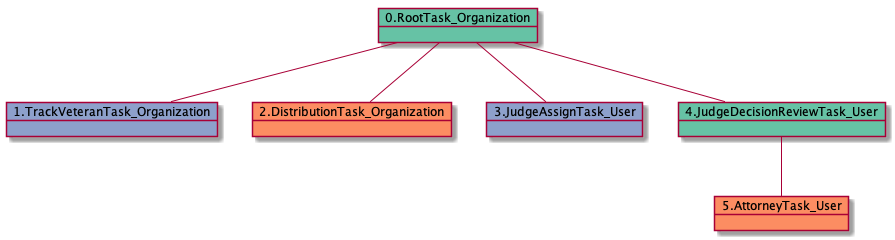
Before: docs-DR/uml/RTO.TVTO.DTO.JATU.JDRTU-40595.png, a diagram exported from PlantUML (yoomlam/graphing).
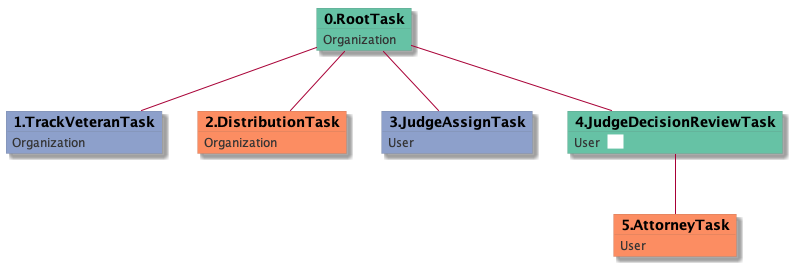
Above is the later version.

What changed in the source:
```diff
@@ -1,13 +1,33 @@
 @startuml
-object 0.RootTask_Organization #66c2a5
-object 1.TrackVeteranTask_Organization #8da0cb
-object 2.DistributionTask_Organization #fc8d62
-object 3.JudgeAssignTask_User #8da0cb
-object 4.JudgeDecisionReviewTask_User #66c2a5
-object 5.AttorneyTask_User #fc8d62
-0.RootTask_Organization -- 1.TrackVeteranTask_Organization
-0.RootTask_Organization -- 2.DistributionTask_Organization
-0.RootTask_Organization -- 3.JudgeAssignTask_User
-0.RootTask_Organization -- 4.JudgeDecisionReviewTask_User
-4.JudgeDecisionReviewTask_User -- 5.AttorneyTask_User
+skinparam {
+  ObjectBorderColor #555
+  ObjectBorderThickness 0
+  ObjectFontStyle bold
+  ObjectFontSize 14
+  ObjectAttributeFontColor #333
+  ObjectAttributeFontSize 12
+}
+  object 0.RootTask #66c2a5 {
+Organization
+}
+  object 1.TrackVeteranTask #8da0cb {
+Organization
+}
+  object 2.DistributionTask #fc8d62 {
+Organization
+}
+  object 3.JudgeAssignTask #8da0cb {
+User
+}
+  object 4.JudgeDecisionReviewTask #66c2a5 {
+User  <back:white>    </back>
+}
+  object 5.AttorneyTask #fc8d62 {
+User
+}
+0.RootTask -- 1.TrackVeteranTask
+0.RootTask -- 2.DistributionTask
+0.RootTask -- 3.JudgeAssignTask
+0.RootTask -- 4.JudgeDecisionReviewTask
+4.JudgeDecisionReviewTask -- 5.AttorneyTask
 @enduml
```
